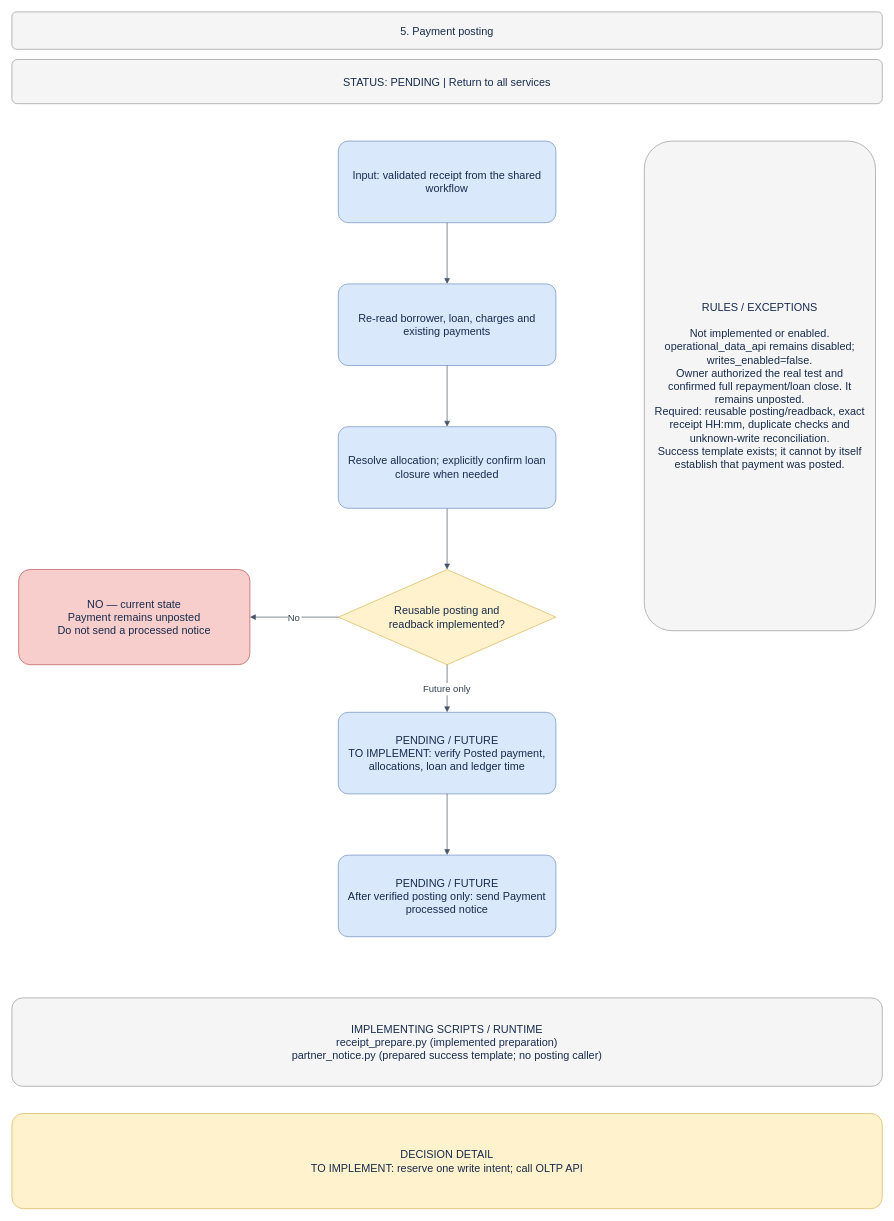
This is page "05 · Payment posting" (5 of 17) of docs/BUSINESS_PROCESS.drawio from welct0407/MW-Credit-App, a draw.io file, before an edit. Source tidied: cells renumbered, new cells numbered last; positions are measured from the earlier drawing's top-left corner, leaving out a move shared by most shapes. Both pictures are drawn from the tidied source at 68%, with x=0, y=0 at pixel (12, 12).
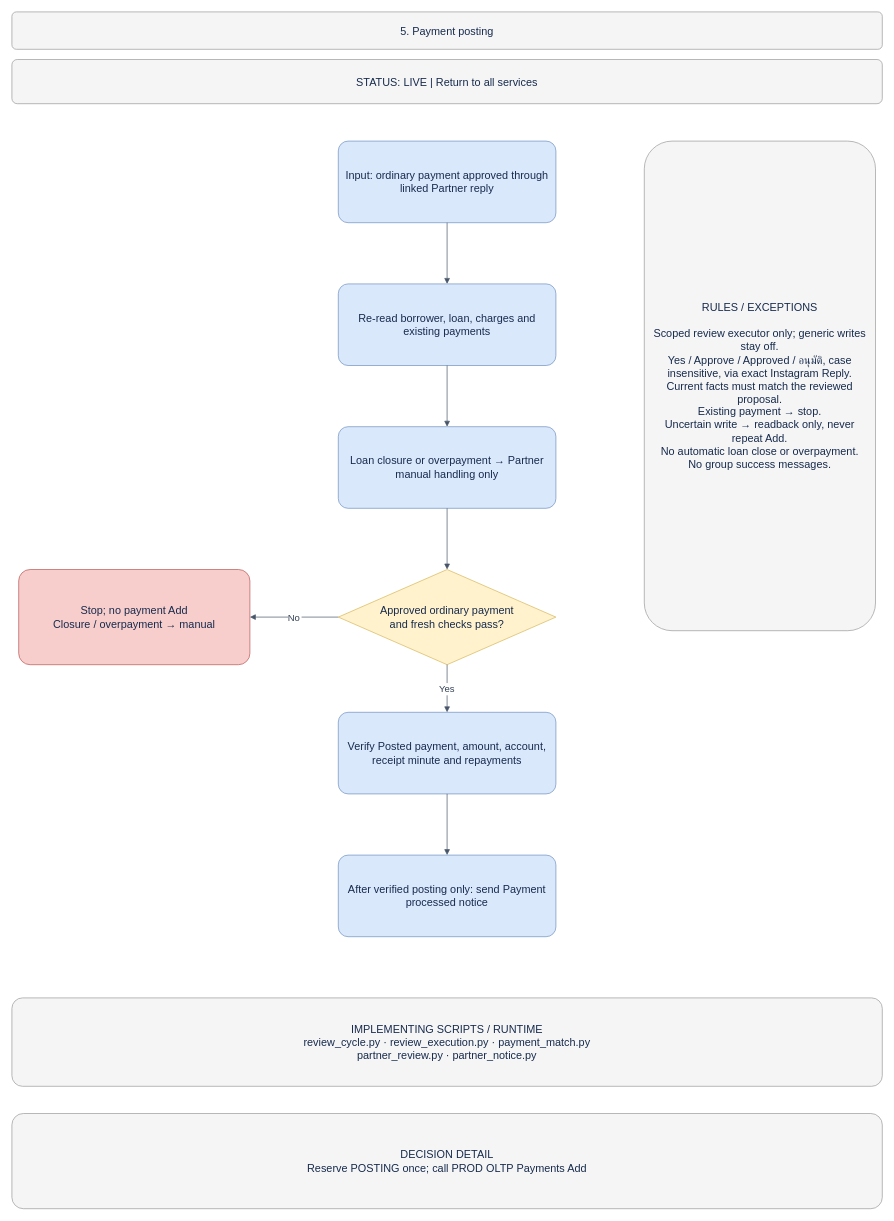
After the change.

Diff of the diagram source:
```diff
@@
 <mxGraphModel>
   <root>
     <mxCell id="0" />
     <mxCell id="1" parent="0" />
     <mxCell id="2" value="5. Payment posting" style="rounded=1;arcSize=12;whiteSpace=wrap;html=0;fillColor=#f5f5f5;strokeColor=#999999;fontColor=#172b4d;fontSize=16;align=center;verticalAlign=middle;spacing=12;" parent="1" vertex="1">
       <mxGeometry width="1280" height="55" as="geometry" />
     </mxCell>
-    <mxCell id="3" value="STATUS: PENDING  |  Return to all services" style="rounded=1;arcSize=12;whiteSpace=wrap;html=0;fillColor=#f5f5f5;strokeColor=#999999;fontColor=#172b4d;fontSize=16;align=center;verticalAlign=middle;spacing=12;" parent="1" vertex="1">
+    <mxCell id="3" value="STATUS: LIVE  |  Return to all services" style="rounded=1;arcSize=12;whiteSpace=wrap;html=0;fillColor=#f5f5f5;strokeColor=#999999;fontColor=#172b4d;fontSize=16;align=center;verticalAlign=middle;spacing=12;" parent="1" vertex="1">
       <mxGeometry y="70" width="1280" height="65" as="geometry" />
     </mxCell>
-    <mxCell id="4" value="Input: validated receipt from the shared workflow" style="rounded=1;arcSize=12;whiteSpace=wrap;html=0;fillColor=#dae8fc;strokeColor=#6c8ebf;fontColor=#172b4d;fontSize=16;align=center;verticalAlign=middle;spacing=12;" parent="1" vertex="1">
+    <mxCell id="4" value="Input: ordinary payment approved through linked Partner reply" style="rounded=1;arcSize=12;whiteSpace=wrap;html=0;fillColor=#dae8fc;strokeColor=#6c8ebf;fontColor=#172b4d;fontSize=16;align=center;verticalAlign=middle;spacing=12;" parent="1" vertex="1">
       <mxGeometry x="480" y="190" width="320" height="120" as="geometry" />
     </mxCell>
     <mxCell id="5" value="Re-read borrower, loan, charges and existing payments" style="rounded=1;arcSize=12;whiteSpace=wrap;html=0;fillColor=#dae8fc;strokeColor=#6c8ebf;fontColor=#172b4d;fontSize=16;align=center;verticalAlign=middle;spacing=12;" parent="1" vertex="1">
       <mxGeometry x="480" y="400" width="320" height="120" as="geometry" />
     </mxCell>
     <mxCell id="6" style="edgeStyle=orthogonalEdgeStyle;rounded=0;jettySize=auto;html=0;endArrow=block;endFill=1;strokeColor=#475569;fontColor=#334155;fontSize=14;labelBackgroundColor=#ffffff;" parent="1" edge="1" source="4" target="5">
       <mxGeometry relative="1" as="geometry" />
     </mxCell>
-    <mxCell id="7" value="Resolve allocation; explicitly confirm loan closure when needed" style="rounded=1;arcSize=12;whiteSpace=wrap;html=0;fillColor=#dae8fc;strokeColor=#6c8ebf;fontColor=#172b4d;fontSize=16;align=center;verticalAlign=middle;spacing=12;" parent="1" vertex="1">
+    <mxCell id="7" value="Loan closure or overpayment → Partner manual handling only" style="rounded=1;arcSize=12;whiteSpace=wrap;html=0;fillColor=#dae8fc;strokeColor=#6c8ebf;fontColor=#172b4d;fontSize=16;align=center;verticalAlign=middle;spacing=12;" parent="1" vertex="1">
       <mxGeometry x="480" y="610" width="320" height="120" as="geometry" />
     </mxCell>
     <mxCell id="8" style="edgeStyle=orthogonalEdgeStyle;rounded=0;jettySize=auto;html=0;endArrow=block;endFill=1;strokeColor=#475569;fontColor=#334155;fontSize=14;labelBackgroundColor=#ffffff;" parent="1" edge="1" source="5" target="7">
       <mxGeometry relative="1" as="geometry" />
     </mxCell>
-    <mxCell id="9" value="Reusable posting and&#10;readback implemented?" style="rhombus;whiteSpace=wrap;html=0;fillColor=#fff2cc;strokeColor=#d6b656;fontColor=#172b4d;fontSize=16;align=center;verticalAlign=middle;spacing=12;" parent="1" vertex="1">
+    <mxCell id="9" value="Approved ordinary payment&#10;and fresh checks pass?" style="rhombus;whiteSpace=wrap;html=0;fillColor=#fff2cc;strokeColor=#d6b656;fontColor=#172b4d;fontSize=16;align=center;verticalAlign=middle;spacing=12;" parent="1" vertex="1">
       <mxGeometry x="480" y="820" width="320" height="140" as="geometry" />
     </mxCell>
     <mxCell id="10" style="edgeStyle=orthogonalEdgeStyle;rounded=0;jettySize=auto;html=0;endArrow=block;endFill=1;strokeColor=#475569;fontColor=#334155;fontSize=14;labelBackgroundColor=#ffffff;" parent="1" edge="1" source="7" target="9">
       <mxGeometry relative="1" as="geometry" />
     </mxCell>
-    <mxCell id="11" value="PENDING / FUTURE&#10;TO IMPLEMENT: verify Posted payment, allocations, loan and ledger time" style="rounded=1;arcSize=12;whiteSpace=wrap;html=0;fillColor=#dae8fc;strokeColor=#6c8ebf;fontColor=#172b4d;fontSize=16;align=center;verticalAlign=middle;spacing=12;" parent="1" vertex="1">
+    <mxCell id="11" value="Verify Posted payment, amount, account, receipt minute and repayments" style="rounded=1;arcSize=12;whiteSpace=wrap;html=0;fillColor=#dae8fc;strokeColor=#6c8ebf;fontColor=#172b4d;fontSize=16;align=center;verticalAlign=middle;spacing=12;" parent="1" vertex="1">
       <mxGeometry x="480" y="1030" width="320" height="120" as="geometry" />
     </mxCell>
-    <mxCell id="12" value="Future only" style="edgeStyle=orthogonalEdgeStyle;rounded=0;jettySize=auto;html=0;endArrow=block;endFill=1;strokeColor=#475569;fontColor=#334155;fontSize=14;labelBackgroundColor=#ffffff;" parent="1" edge="1" source="9" target="11">
+    <mxCell id="12" value="Yes" style="edgeStyle=orthogonalEdgeStyle;rounded=0;jettySize=auto;html=0;endArrow=block;endFill=1;strokeColor=#475569;fontColor=#334155;fontSize=14;labelBackgroundColor=#ffffff;" parent="1" edge="1" source="9" target="11">
       <mxGeometry relative="1" as="geometry" />
     </mxCell>
-    <mxCell id="13" value="PENDING / FUTURE&#10;After verified posting only: send Payment processed notice" style="rounded=1;arcSize=12;whiteSpace=wrap;html=0;fillColor=#dae8fc;strokeColor=#6c8ebf;fontColor=#172b4d;fontSize=16;align=center;verticalAlign=middle;spacing=12;" parent="1" vertex="1">
+    <mxCell id="13" value="After verified posting only: send Payment processed notice" style="rounded=1;arcSize=12;whiteSpace=wrap;html=0;fillColor=#dae8fc;strokeColor=#6c8ebf;fontColor=#172b4d;fontSize=16;align=center;verticalAlign=middle;spacing=12;" parent="1" vertex="1">
       <mxGeometry x="480" y="1240" width="320" height="120" as="geometry" />
     </mxCell>
     <mxCell id="14" style="edgeStyle=orthogonalEdgeStyle;rounded=0;jettySize=auto;html=0;endArrow=block;endFill=1;strokeColor=#475569;fontColor=#334155;fontSize=14;labelBackgroundColor=#ffffff;" parent="1" edge="1" source="11" target="13">
       <mxGeometry relative="1" as="geometry" />
     </mxCell>
-    <mxCell id="15" value="NO — current state&#10;Payment remains unposted&#10;Do not send a processed notice" style="rounded=1;arcSize=12;whiteSpace=wrap;html=0;fillColor=#f8cecc;strokeColor=#b85450;fontColor=#172b4d;fontSize=16;align=center;verticalAlign=middle;spacing=12;" parent="1" vertex="1">
+    <mxCell id="15" value="Stop; no payment Add&#10;Closure / overpayment → manual" style="rounded=1;arcSize=12;whiteSpace=wrap;html=0;fillColor=#f8cecc;strokeColor=#b85450;fontColor=#172b4d;fontSize=16;align=center;verticalAlign=middle;spacing=12;" parent="1" vertex="1">
       <mxGeometry x="10" y="820" width="340" height="140" as="geometry" />
     </mxCell>
     <mxCell id="16" value="No" style="edgeStyle=orthogonalEdgeStyle;rounded=0;jettySize=auto;html=0;endArrow=block;endFill=1;strokeColor=#475569;fontColor=#334155;fontSize=14;labelBackgroundColor=#ffffff;" parent="1" edge="1" source="9" target="15">
       <mxGeometry relative="1" as="geometry" />
     </mxCell>
-    <mxCell id="17" value="RULES / EXCEPTIONS&#10;&#10;Not implemented or enabled.&#10;operational_data_api remains disabled; writes_enabled=false.&#10;Owner authorized the real test and confirmed full repayment/loan close. It remains unposted.&#10;Required: reusable posting/readback, exact receipt HH:mm, duplicate checks and unknown-write reconciliation.&#10;Success template exists; it cannot by itself establish that payment was posted." style="rounded=1;arcSize=12;whiteSpace=wrap;html=0;fillColor=#f5f5f5;strokeColor=#999999;fontColor=#172b4d;fontSize=16;align=center;verticalAlign=middle;spacing=12;" parent="1" vertex="1">
+    <mxCell id="17" value="RULES / EXCEPTIONS&#10;&#10;Scoped review executor only; generic writes stay off.&#10;Yes / Approve / Approved / อนุมัติ, case insensitive, via exact Instagram Reply.&#10;Current facts must match the reviewed proposal.&#10;Existing payment → stop.&#10;Uncertain write → readback only, never repeat Add.&#10;No automatic loan close or overpayment.&#10;No group success messages." style="rounded=1;arcSize=12;whiteSpace=wrap;html=0;fillColor=#f5f5f5;strokeColor=#999999;fontColor=#172b4d;fontSize=16;align=center;verticalAlign=middle;spacing=12;" parent="1" vertex="1">
       <mxGeometry x="930" y="190" width="340" height="720" as="geometry" />
     </mxCell>
-    <mxCell id="18" value="IMPLEMENTING SCRIPTS / RUNTIME&#10;receipt_prepare.py (implemented preparation)&#10;partner_notice.py (prepared success template; no posting caller)" style="rounded=1;arcSize=12;whiteSpace=wrap;html=0;fillColor=#f5f5f5;strokeColor=#999999;fontColor=#172b4d;fontSize=16;align=center;verticalAlign=middle;spacing=12;" parent="1" vertex="1">
+    <mxCell id="18" value="IMPLEMENTING SCRIPTS / RUNTIME&#10;review_cycle.py · review_execution.py · payment_match.py&#10;partner_review.py · partner_notice.py" style="rounded=1;arcSize=12;whiteSpace=wrap;html=0;fillColor=#f5f5f5;strokeColor=#999999;fontColor=#172b4d;fontSize=16;align=center;verticalAlign=middle;spacing=12;" parent="1" vertex="1">
       <mxGeometry y="1450" width="1280" height="130" as="geometry" />
     </mxCell>
-    <mxCell id="19" value="DECISION DETAIL&#10;TO IMPLEMENT: reserve one write intent; call OLTP API" style="rounded=1;arcSize=12;whiteSpace=wrap;html=0;fillColor=#fff2cc;strokeColor=#d6b656;fontColor=#172b4d;fontSize=16;align=center;verticalAlign=middle;spacing=12;" parent="1" vertex="1">
+    <mxCell id="19" value="DECISION DETAIL&#10;Reserve POSTING once; call PROD OLTP Payments Add" style="rounded=1;arcSize=12;whiteSpace=wrap;html=0;fillColor=#f5f5f5;strokeColor=#999999;fontColor=#172b4d;fontSize=16;align=center;verticalAlign=middle;spacing=12;" parent="1" vertex="1">
       <mxGeometry y="1620" width="1280" height="140" as="geometry" />
     </mxCell>
   </root>
 </mxGraphModel>
```
